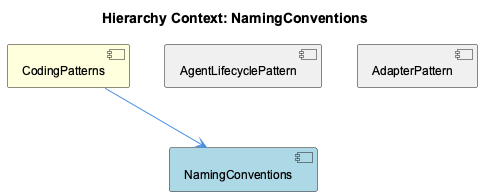
fwornle/coding keeps this PlantUML diagram as knowledge-management/insights/images/naming-conventions-relationship.png. Above is the earlier version. The source it was exported from:
```plantuml
@startuml
!include _standard-style.puml

title Hierarchy Context: NamingConventions

[CodingPatterns] as coding_patterns #FFFFDD
[NamingConventions] as naming_conventions #LightBlue
[AgentLifecyclePattern] as agent_lifecycle_pattern #F0F0F0
[AdapterPattern] as adapter_pattern #F0F0F0

coding_patterns --> naming_conventions
agent_lifecycle_pattern -[hidden]- naming_conventions
adapter_pattern -[hidden]- naming_conventions

@enduml
```
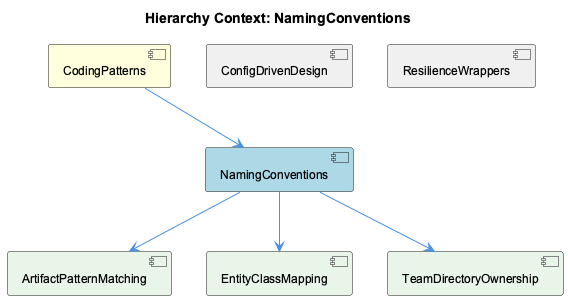
Later version of the same file.

Change to the diagram source:
```diff
@@ -5,11 +5,17 @@
 
 [CodingPatterns] as coding_patterns #FFFFDD
 [NamingConventions] as naming_conventions #LightBlue
-[AgentLifecyclePattern] as agent_lifecycle_pattern #F0F0F0
-[AdapterPattern] as adapter_pattern #F0F0F0
+[ConfigDrivenDesign] as config_driven_design #F0F0F0
+[ResilienceWrappers] as resilience_wrappers #F0F0F0
+[ArtifactPatternMatching] as artifact_pattern_matching #E8F5E8
+[EntityClassMapping] as entity_class_mapping #E8F5E8
+[TeamDirectoryOwnership] as team_directory_ownership #E8F5E8
 
 coding_patterns --> naming_conventions
-agent_lifecycle_pattern -[hidden]- naming_conventions
-adapter_pattern -[hidden]- naming_conventions
+config_driven_design -[hidden]- naming_conventions
+resilience_wrappers -[hidden]- naming_conventions
+naming_conventions --> artifact_pattern_matching
+naming_conventions --> entity_class_mapping
+naming_conventions --> team_directory_ownership
 
 @enduml
```
